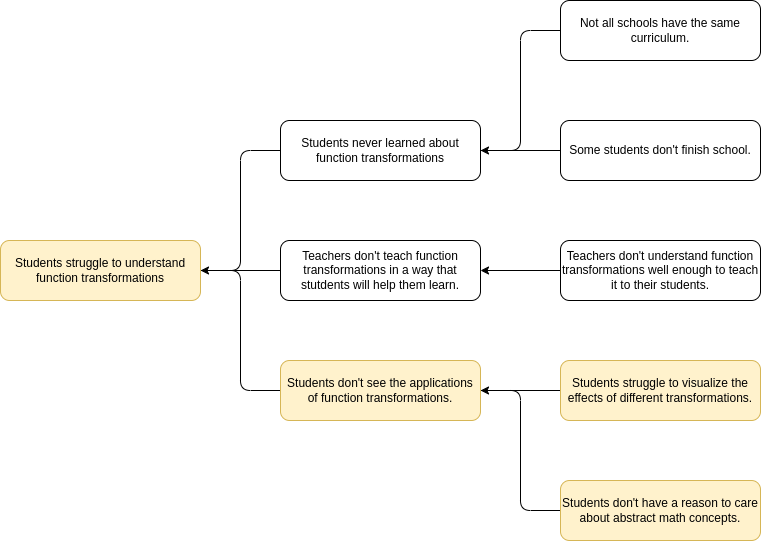
ItsRhysNotRhys/COMP-4900D-Project-2 keeps this draw.io diagram as docs/cause-map.png. Above is the earlier version. Source tidied: cells renumbered, new cells last; positions are measured from the earlier drawing's top-left corner, leaving out a move shared by most shapes. The source it was exported from:
```xml
<mxGraphModel>
  <root>
    <mxCell id="0" />
    <mxCell id="1" parent="0" />
    <mxCell id="2" style="edgeStyle=none;html=1;endArrow=none;endFill=0;" parent="1" edge="1" source="5" target="10">
      <mxGeometry relative="1" as="geometry" />
    </mxCell>
    <mxCell id="3" style="edgeStyle=orthogonalEdgeStyle;html=1;entryX=0;entryY=0.5;entryDx=0;entryDy=0;elbow=vertical;startArrow=classic;startFill=1;endArrow=none;endFill=0;" parent="1" edge="1" source="5" target="8">
      <mxGeometry relative="1" as="geometry" />
    </mxCell>
    <mxCell id="4" style="edgeStyle=orthogonalEdgeStyle;html=1;entryX=0;entryY=0.5;entryDx=0;entryDy=0;endArrow=none;endFill=0;" parent="1" edge="1" source="5" target="13">
      <mxGeometry relative="1" as="geometry" />
    </mxCell>
    <mxCell id="5" value="Students struggle to understand function transformations" style="rounded=1;whiteSpace=wrap;html=1;fillColor=#fff2cc;strokeColor=#d6b656;" parent="1" vertex="1">
      <mxGeometry y="240" width="200" height="60" as="geometry" />
    </mxCell>
    <mxCell id="6" style="edgeStyle=none;html=1;endArrow=none;endFill=0;" parent="1" edge="1" source="8" target="15">
      <mxGeometry relative="1" as="geometry" />
    </mxCell>
    <mxCell id="7" style="edgeStyle=orthogonalEdgeStyle;html=1;entryX=0;entryY=0.5;entryDx=0;entryDy=0;startArrow=classic;startFill=1;endArrow=none;endFill=0;" parent="1" edge="1" source="8" target="14">
      <mxGeometry relative="1" as="geometry" />
    </mxCell>
    <mxCell id="8" value="Students never learned about function transformations" style="rounded=1;whiteSpace=wrap;html=1;" parent="1" vertex="1">
      <mxGeometry x="280" y="120" width="200" height="60" as="geometry" />
    </mxCell>
    <mxCell id="9" style="edgeStyle=none;html=1;endArrow=none;endFill=0;startArrow=classic;startFill=1;" parent="1" edge="1" source="10" target="16">
      <mxGeometry relative="1" as="geometry" />
    </mxCell>
    <mxCell id="10" value="Teachers don't teach function transformations in a way that stutdents will help them learn." style="rounded=1;whiteSpace=wrap;html=1;" parent="1" vertex="1">
      <mxGeometry x="280" y="240" width="200" height="60" as="geometry" />
    </mxCell>
    <mxCell id="11" style="edgeStyle=none;html=1;endArrow=none;endFill=0;" parent="1" edge="1" source="13" target="17">
      <mxGeometry relative="1" as="geometry" />
    </mxCell>
    <mxCell id="12" style="edgeStyle=orthogonalEdgeStyle;html=1;entryX=0;entryY=0.5;entryDx=0;entryDy=0;startArrow=classic;startFill=1;endArrow=none;endFill=0;" parent="1" edge="1" source="13" target="18">
      <mxGeometry relative="1" as="geometry" />
    </mxCell>
    <mxCell id="13" value="Students don't see the applications of function transformations." style="rounded=1;whiteSpace=wrap;html=1;fillColor=#fff2cc;strokeColor=#d6b656;" parent="1" vertex="1">
      <mxGeometry x="280" y="360" width="200" height="60" as="geometry" />
    </mxCell>
    <mxCell id="14" value="Not all schools have the same curriculum." style="rounded=1;whiteSpace=wrap;html=1;" parent="1" vertex="1">
      <mxGeometry x="560" width="200" height="60" as="geometry" />
    </mxCell>
    <mxCell id="15" value="Some students don't finish school." style="rounded=1;whiteSpace=wrap;html=1;" parent="1" vertex="1">
      <mxGeometry x="560" y="120" width="200" height="60" as="geometry" />
    </mxCell>
    <mxCell id="16" value="Teachers don't understand function transformations well enough to teach it to their students." style="rounded=1;whiteSpace=wrap;html=1;" parent="1" vertex="1">
      <mxGeometry x="560" y="240" width="200" height="60" as="geometry" />
    </mxCell>
    <mxCell id="17" value="Students struggle to visualize the effects of different transformations." style="rounded=1;whiteSpace=wrap;html=1;fillColor=#fff2cc;strokeColor=#d6b656;" parent="1" vertex="1">
      <mxGeometry x="560" y="360" width="200" height="60" as="geometry" />
    </mxCell>
    <mxCell id="18" value="Students don't have a reason to care about abstract math concepts." style="rounded=1;whiteSpace=wrap;html=1;fillColor=#fff2cc;strokeColor=#d6b656;" parent="1" vertex="1">
      <mxGeometry x="560" y="480" width="200" height="60" as="geometry" />
    </mxCell>
  </root>
</mxGraphModel>
```
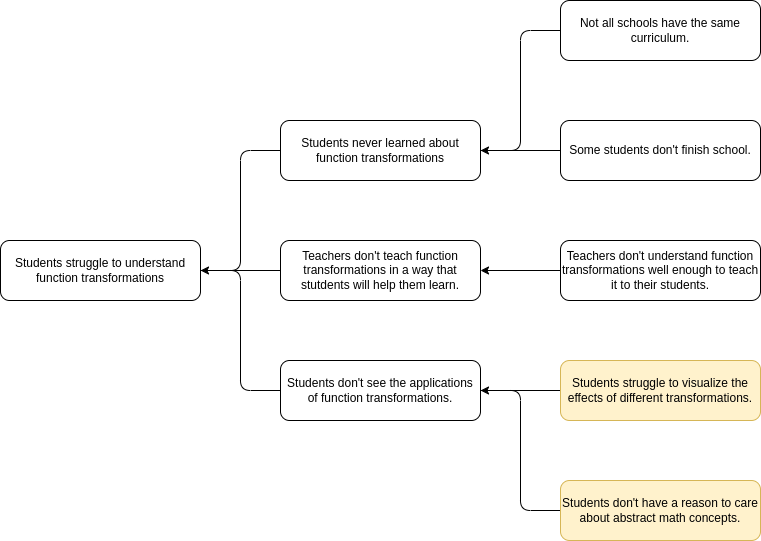
The same file after the commit.

Commit message:
fix cause map

Change to the diagram source:
```diff
@@ -11,7 +11,7 @@
     <mxCell id="4" style="edgeStyle=orthogonalEdgeStyle;html=1;entryX=0;entryY=0.5;entryDx=0;entryDy=0;endArrow=none;endFill=0;" parent="1" edge="1" source="5" target="13">
       <mxGeometry relative="1" as="geometry" />
     </mxCell>
-    <mxCell id="5" value="Students struggle to understand function transformations" style="rounded=1;whiteSpace=wrap;html=1;fillColor=#fff2cc;strokeColor=#d6b656;" parent="1" vertex="1">
+    <mxCell id="5" value="Students struggle to understand function transformations" style="rounded=1;whiteSpace=wrap;html=1;" parent="1" vertex="1">
       <mxGeometry y="240" width="200" height="60" as="geometry" />
     </mxCell>
     <mxCell id="6" style="edgeStyle=none;html=1;endArrow=none;endFill=0;" parent="1" edge="1" source="8" target="15">
@@ -35,7 +35,7 @@
     <mxCell id="12" style="edgeStyle=orthogonalEdgeStyle;html=1;entryX=0;entryY=0.5;entryDx=0;entryDy=0;startArrow=classic;startFill=1;endArrow=none;endFill=0;" parent="1" edge="1" source="13" target="18">
       <mxGeometry relative="1" as="geometry" />
     </mxCell>
-    <mxCell id="13" value="Students don't see the applications of function transformations." style="rounded=1;whiteSpace=wrap;html=1;fillColor=#fff2cc;strokeColor=#d6b656;" parent="1" vertex="1">
+    <mxCell id="13" value="Students don't see the applications of function transformations." style="rounded=1;whiteSpace=wrap;html=1;" parent="1" vertex="1">
       <mxGeometry x="280" y="360" width="200" height="60" as="geometry" />
     </mxCell>
     <mxCell id="14" value="Not all schools have the same curriculum." style="rounded=1;whiteSpace=wrap;html=1;" parent="1" vertex="1">
```
